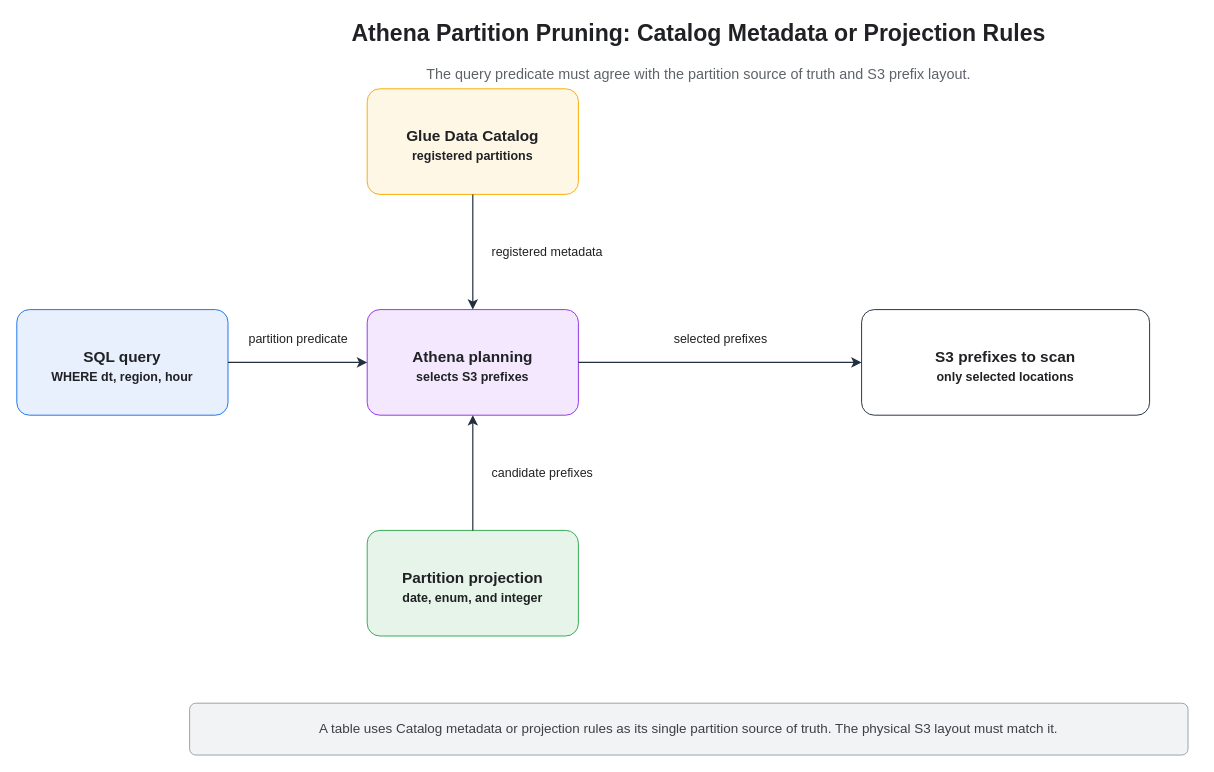
Earlier version of the draw.io diagram assets/img/aws/aws-glue-partitioning-pruning-flow.drawio (KKamJi98/kkamji98.github.io). Source tidied: cells renumbered, new cells numbered last; positions are measured from the earlier drawing's top-left corner, leaving out a move shared by most shapes. Both pictures are drawn from the tidied source at 96%, with x=0, y=0 at pixel (16, 16).
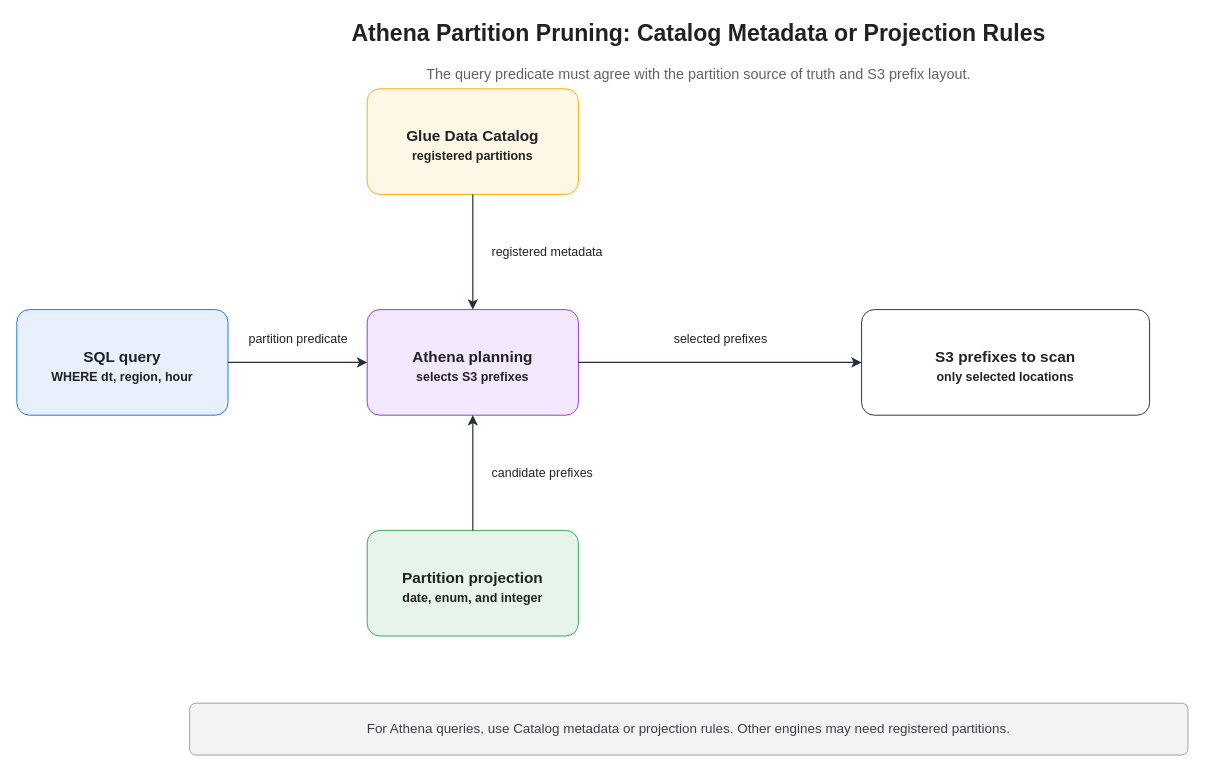
After the change.

The edit, as a diff of the source:
```diff
@@
 <mxGraphModel>
   <root>
     <mxCell id="0" />
     <mxCell id="1" parent="0" />
     <mxCell id="2" value="&lt;font style=&quot;color: rgb(32, 33, 36);&quot;&gt;Athena Partition Pruning: Catalog Metadata or Projection Rules&lt;/font&gt;" style="text;html=1;strokeColor=none;fillColor=none;align=center;verticalAlign=middle;fontColor=#202124;fontSize=24;fontStyle=1;" parent="1" vertex="1">
       <mxGeometry x="190" width="1040" height="36" as="geometry" />
     </mxCell>
     <mxCell id="3" value="&lt;font style=&quot;color: rgb(95, 99, 104);&quot;&gt;The query predicate must agree with the partition source of truth and S3 prefix layout.&lt;/font&gt;" style="text;html=1;strokeColor=none;fillColor=none;align=center;verticalAlign=middle;fontColor=#5f6368;fontSize=15;" parent="1" vertex="1">
       <mxGeometry x="210" y="44" width="1000" height="30" as="geometry" />
     </mxCell>
     <mxCell id="4" value="&lt;font style=&quot;color: rgb(32, 33, 36);&quot;&gt;SQL query&lt;br&gt;&lt;font style=&quot;font-size: 13px;&quot;&gt;WHERE dt, region, hour&lt;/font&gt;&lt;/font&gt;" style="rounded=1;whiteSpace=wrap;html=1;fillColor=#e8f0fe;strokeColor=#1a73e8;fontColor=#202124;fontSize=16;fontStyle=1;arcSize=12;spacingTop=8;" parent="1" vertex="1">
       <mxGeometry y="305" width="220" height="110" as="geometry" />
     </mxCell>
     <mxCell id="5" value="&lt;font style=&quot;color: rgb(32, 33, 36);&quot;&gt;Glue Data Catalog&lt;br&gt;&lt;font style=&quot;font-size: 13px;&quot;&gt;registered partitions&lt;/font&gt;&lt;/font&gt;" style="rounded=1;whiteSpace=wrap;html=1;fillColor=#fff7e6;strokeColor=#f9ab00;fontColor=#202124;fontSize=16;fontStyle=1;arcSize=12;spacingTop=8;" parent="1" vertex="1">
       <mxGeometry x="365" y="75" width="220" height="110" as="geometry" />
     </mxCell>
     <mxCell id="6" value="&lt;font style=&quot;color: rgb(32, 33, 36);&quot;&gt;Athena planning&lt;br&gt;&lt;font style=&quot;font-size: 13px;&quot;&gt;selects S3 prefixes&lt;/font&gt;&lt;/font&gt;" style="rounded=1;whiteSpace=wrap;html=1;fillColor=#f3e8fd;strokeColor=#9334e6;fontColor=#202124;fontSize=16;fontStyle=1;arcSize=12;spacingTop=8;" parent="1" vertex="1">
       <mxGeometry x="365" y="305" width="220" height="110" as="geometry" />
     </mxCell>
     <mxCell id="7" value="&lt;font style=&quot;color: rgb(32, 33, 36);&quot;&gt;Partition projection&lt;br&gt;&lt;font style=&quot;font-size: 13px;&quot;&gt;date, enum, and integer&lt;/font&gt;&lt;/font&gt;" style="rounded=1;whiteSpace=wrap;html=1;fillColor=#e6f4ea;strokeColor=#34a853;fontColor=#202124;fontSize=16;fontStyle=1;arcSize=12;spacingTop=8;" parent="1" vertex="1">
       <mxGeometry x="365" y="535" width="220" height="110" as="geometry" />
     </mxCell>
     <mxCell id="8" value="&lt;font style=&quot;color: rgb(32, 33, 36);&quot;&gt;S3 prefixes to scan&lt;br&gt;&lt;font style=&quot;font-size: 13px;&quot;&gt;only selected locations&lt;/font&gt;&lt;/font&gt;" style="rounded=1;whiteSpace=wrap;html=1;fillColor=#ffffff;strokeColor=#232f3e;fontColor=#202124;fontSize=16;fontStyle=1;arcSize=12;spacingTop=8;" parent="1" vertex="1">
       <mxGeometry x="880" y="305" width="300" height="110" as="geometry" />
     </mxCell>
-    <mxCell id="9" value="&lt;font style=&quot;color: rgb(60, 64, 67);&quot;&gt;A table uses Catalog metadata or projection rules as its single partition source of truth. The physical S3 layout must match it.&lt;/font&gt;" style="rounded=1;whiteSpace=wrap;html=1;fillColor=#f1f3f4;strokeColor=#9aa0a6;fontColor=#3c4043;fontSize=14;arcSize=12;" parent="1" vertex="1">
+    <mxCell id="9" value="&lt;font style=&quot;color: rgb(60, 64, 67);&quot;&gt;For Athena queries, use Catalog metadata or projection rules. Other engines may need registered partitions.&lt;/font&gt;" style="rounded=1;whiteSpace=wrap;html=1;fillColor=#f1f3f4;strokeColor=#9aa0a6;fontColor=#3c4043;fontSize=14;arcSize=12;" parent="1" vertex="1">
       <mxGeometry x="180" y="715" width="1040" height="54" as="geometry" />
     </mxCell>
     <mxCell id="10" value="partition predicate" style="edgeStyle=orthogonalEdgeStyle;rounded=0;jettySize=auto;html=1;endArrow=classic;endFill=1;endSize=7;strokeWidth=1.25;strokeColor=#232F3E;fontColor=#202124;fontSize=13;labelBackgroundColor=#ffffff;align=center;verticalAlign=bottom;exitX=1;exitY=0.5;exitPerimeter=1;entryX=0;entryY=0.5;entryPerimeter=1;" parent="1" edge="1" source="4" target="6">
       <mxGeometry relative="1" as="geometry">
         <mxPoint y="-14" as="offset" />
       </mxGeometry>
     </mxCell>
     <mxCell id="11" value="registered metadata" style="edgeStyle=orthogonalEdgeStyle;rounded=0;jettySize=auto;html=1;endArrow=classic;endFill=1;endSize=7;strokeWidth=1.25;strokeColor=#232F3E;fontColor=#202124;fontSize=13;labelBackgroundColor=#ffffff;align=left;verticalAlign=middle;exitX=0.5;exitY=1;exitPerimeter=1;entryX=0.5;entryY=0;entryPerimeter=1;" parent="1" edge="1" source="5" target="6">
       <mxGeometry relative="1" as="geometry">
         <mxPoint x="18" as="offset" />
       </mxGeometry>
     </mxCell>
     <mxCell id="12" value="candidate prefixes" style="edgeStyle=orthogonalEdgeStyle;rounded=0;jettySize=auto;html=1;endArrow=classic;endFill=1;endSize=7;strokeWidth=1.25;strokeColor=#232F3E;fontColor=#202124;fontSize=13;labelBackgroundColor=#ffffff;align=left;verticalAlign=middle;exitX=0.5;exitY=0;exitPerimeter=1;entryX=0.5;entryY=1;entryPerimeter=1;" parent="1" edge="1" source="7" target="6">
       <mxGeometry relative="1" as="geometry">
         <mxPoint x="18" as="offset" />
       </mxGeometry>
     </mxCell>
     <mxCell id="13" value="selected prefixes" style="edgeStyle=orthogonalEdgeStyle;rounded=0;jettySize=auto;html=1;endArrow=classic;endFill=1;endSize=7;strokeWidth=1.25;strokeColor=#232F3E;fontColor=#202124;fontSize=13;labelBackgroundColor=#ffffff;align=center;verticalAlign=bottom;exitX=1;exitY=0.5;exitPerimeter=1;entryX=0;entryY=0.5;entryPerimeter=1;" parent="1" edge="1" source="6" target="8">
       <mxGeometry relative="1" as="geometry">
         <mxPoint y="-14" as="offset" />
       </mxGeometry>
     </mxCell>
   </root>
 </mxGraphModel>
```
